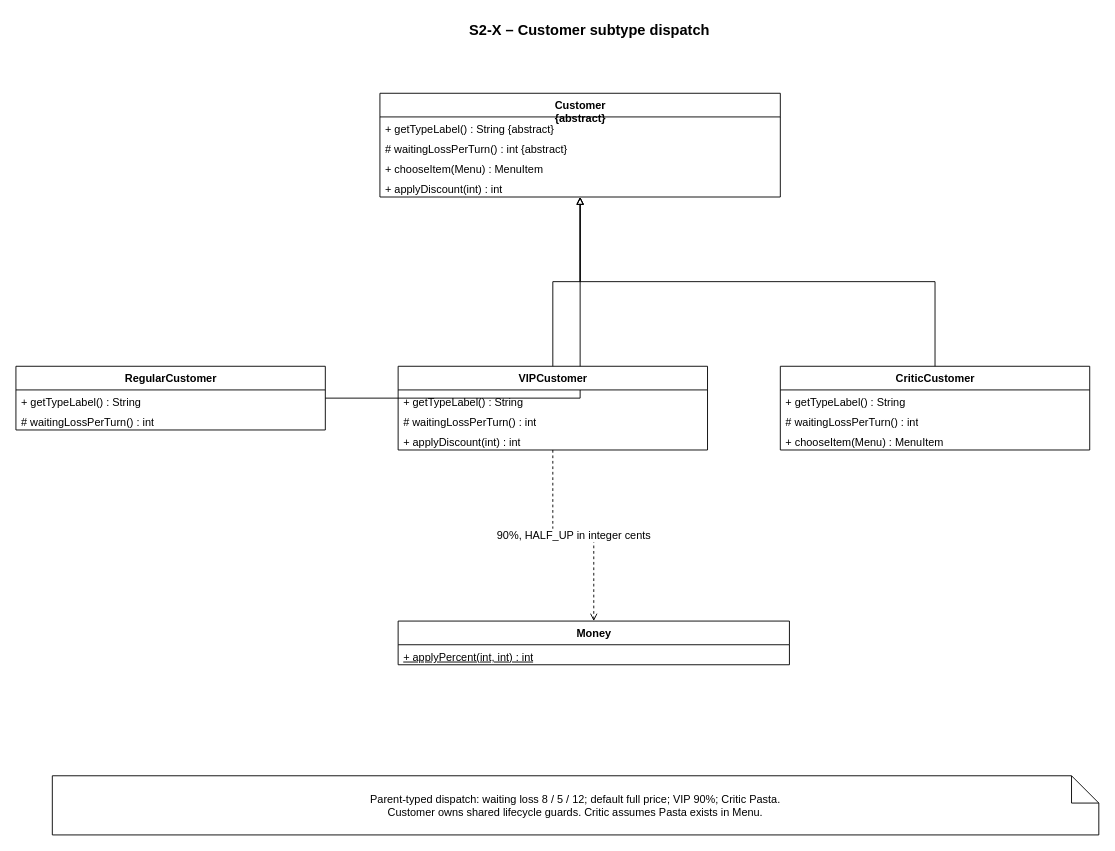
This is diagrams/stage 2/customer-subtypes.drawio from ZeppyClown/OOP-project, a draw.io file, before an edit. Source tidied: cells renumbered, new cells numbered last; positions are measured from the earlier drawing's top-left corner, leaving out a move shared by most shapes. Both pictures are drawn from the tidied source at 91%, with x=0, y=0 at pixel (15, 15).
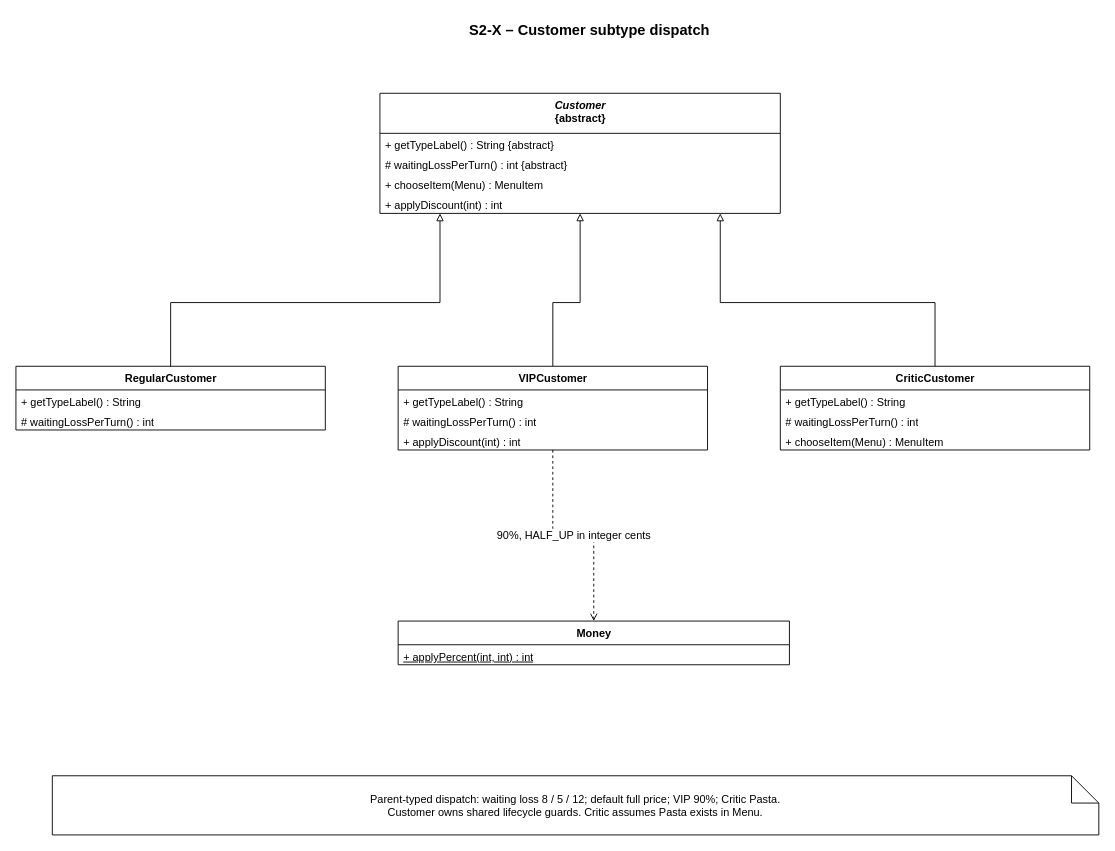
The same page after the edit.

The change refers to these unchanged cells:
```xml
<mxCell id="8" value="RegularCustomer" style="swimlane;fontStyle=1;align=center;verticalAlign=top;horizontal=1;html=1;fontSize=12;fontFamily=Helvetica;startSize=26;" parent="1" vertex="1">
  <mxGeometry y="385" width="340" height="70" as="geometry" />
</mxCell>
<mxCell id="12" value="VIPCustomer" style="swimlane;fontStyle=1;align=center;verticalAlign=top;horizontal=1;html=1;fontSize=12;fontFamily=Helvetica;startSize=26;" parent="1" vertex="1">
  <mxGeometry x="420" y="385" width="340" height="92" as="geometry" />
</mxCell>
<mxCell id="17" value="CriticCustomer" style="swimlane;fontStyle=1;align=center;verticalAlign=top;horizontal=1;html=1;fontSize=12;fontFamily=Helvetica;startSize=26;" parent="1" vertex="1">
  <mxGeometry x="840" y="385" width="340" height="92" as="geometry" />
</mxCell>
```

Change to the diagram source:
```diff
@@
-    <mxCell id="3" value="Customer&lt;br&gt;{abstract}" style="swimlane;fontStyle=1;align=center;verticalAlign=top;horizontal=1;html=1;fontSize=12;fontFamily=Helvetica;startSize=26;" parent="1" vertex="1">
-      <mxGeometry x="400" y="85" width="440" height="114" as="geometry" />
+    <mxCell id="3" value="&lt;i&gt;Customer&lt;/i&gt;&lt;br&gt;{abstract}" style="swimlane;fontStyle=1;align=center;verticalAlign=top;horizontal=1;html=1;fontSize=12;fontFamily=Helvetica;startSize=44;" parent="1" vertex="1">
+      <mxGeometry x="400" y="85" width="440" height="132" as="geometry" />
     </mxCell>
     <mxCell id="4" value="+ getTypeLabel() : String {abstract}" style="text;strokeColor=none;fillColor=none;align=left;verticalAlign=top;spacingLeft=4;spacingRight=4;overflow=hidden;html=1;fontSize=12;fontFamily=Helvetica;" parent="3" vertex="1">
-      <mxGeometry y="26" width="440" height="22" as="geometry" />
+      <mxGeometry y="44" width="440" height="22" as="geometry" />
     </mxCell>
     <mxCell id="5" value="# waitingLossPerTurn() : int {abstract}" style="text;strokeColor=none;fillColor=none;align=left;verticalAlign=top;spacingLeft=4;spacingRight=4;overflow=hidden;html=1;fontSize=12;fontFamily=Helvetica;" parent="3" vertex="1">
-      <mxGeometry y="48" width="440" height="22" as="geometry" />
+      <mxGeometry y="66" width="440" height="22" as="geometry" />
     </mxCell>
     <mxCell id="6" value="+ chooseItem(Menu) : MenuItem" style="text;strokeColor=none;fillColor=none;align=left;verticalAlign=top;spacingLeft=4;spacingRight=4;overflow=hidden;html=1;fontSize=12;fontFamily=Helvetica;" parent="3" vertex="1">
-      <mxGeometry y="70" width="440" height="22" as="geometry" />
+      <mxGeometry y="88" width="440" height="22" as="geometry" />
     </mxCell>
     <mxCell id="7" value="+ applyDiscount(int) : int" style="text;strokeColor=none;fillColor=none;align=left;verticalAlign=top;spacingLeft=4;spacingRight=4;overflow=hidden;html=1;fontSize=12;fontFamily=Helvetica;" parent="3" vertex="1">
-      <mxGeometry y="92" width="440" height="22" as="geometry" />
+      <mxGeometry y="110" width="440" height="22" as="geometry" />
     </mxCell>
@@
-    <mxCell id="11" style="edgeStyle=orthogonalEdgeStyle;html=1;rounded=0;labelBackgroundColor=#ffffff;fontSize=12;fontFamily=Helvetica;endArrow=block;endFill=0;dashed=0;" parent="1" edge="1" source="8" target="3">
-      <mxGeometry relative="1" as="geometry" />
+    <mxCell id="11" style="edgeStyle=orthogonalEdgeStyle;html=1;endArrow=block;endFill=0;exitX=0.5;exitY=0;entryX=0.15;entryY=1;rounded=0;" parent="1" edge="1" source="8" target="3">
+      <mxGeometry relative="1" as="geometry">
+        <Array as="points">
+          <mxPoint x="170" y="315" />
+          <mxPoint x="466" y="315" />
+        </Array>
+      </mxGeometry>
     </mxCell>
@@
-    <mxCell id="16" style="edgeStyle=orthogonalEdgeStyle;html=1;rounded=0;labelBackgroundColor=#ffffff;fontSize=12;fontFamily=Helvetica;endArrow=block;endFill=0;dashed=0;" parent="1" edge="1" source="12" target="3">
-      <mxGeometry relative="1" as="geometry" />
+    <mxCell id="16" style="edgeStyle=orthogonalEdgeStyle;html=1;endArrow=block;endFill=0;exitX=0.5;exitY=0;entryX=0.5;entryY=1;rounded=0;" parent="1" edge="1" source="12" target="3">
+      <mxGeometry relative="1" as="geometry">
+        <Array as="points">
+          <mxPoint x="590" y="315" />
+          <mxPoint x="620" y="315" />
+        </Array>
+      </mxGeometry>
     </mxCell>
@@
-    <mxCell id="21" style="edgeStyle=orthogonalEdgeStyle;html=1;rounded=0;labelBackgroundColor=#ffffff;fontSize=12;fontFamily=Helvetica;endArrow=block;endFill=0;dashed=0;" parent="1" edge="1" source="17" target="3">
-      <mxGeometry relative="1" as="geometry" />
+    <mxCell id="21" style="edgeStyle=orthogonalEdgeStyle;html=1;endArrow=block;endFill=0;exitX=0.5;exitY=0;entryX=0.85;entryY=1;rounded=0;" parent="1" edge="1" source="17" target="3">
+      <mxGeometry relative="1" as="geometry">
+        <Array as="points">
+          <mxPoint x="1010" y="315" />
+          <mxPoint x="774" y="315" />
+        </Array>
+      </mxGeometry>
     </mxCell>
```
